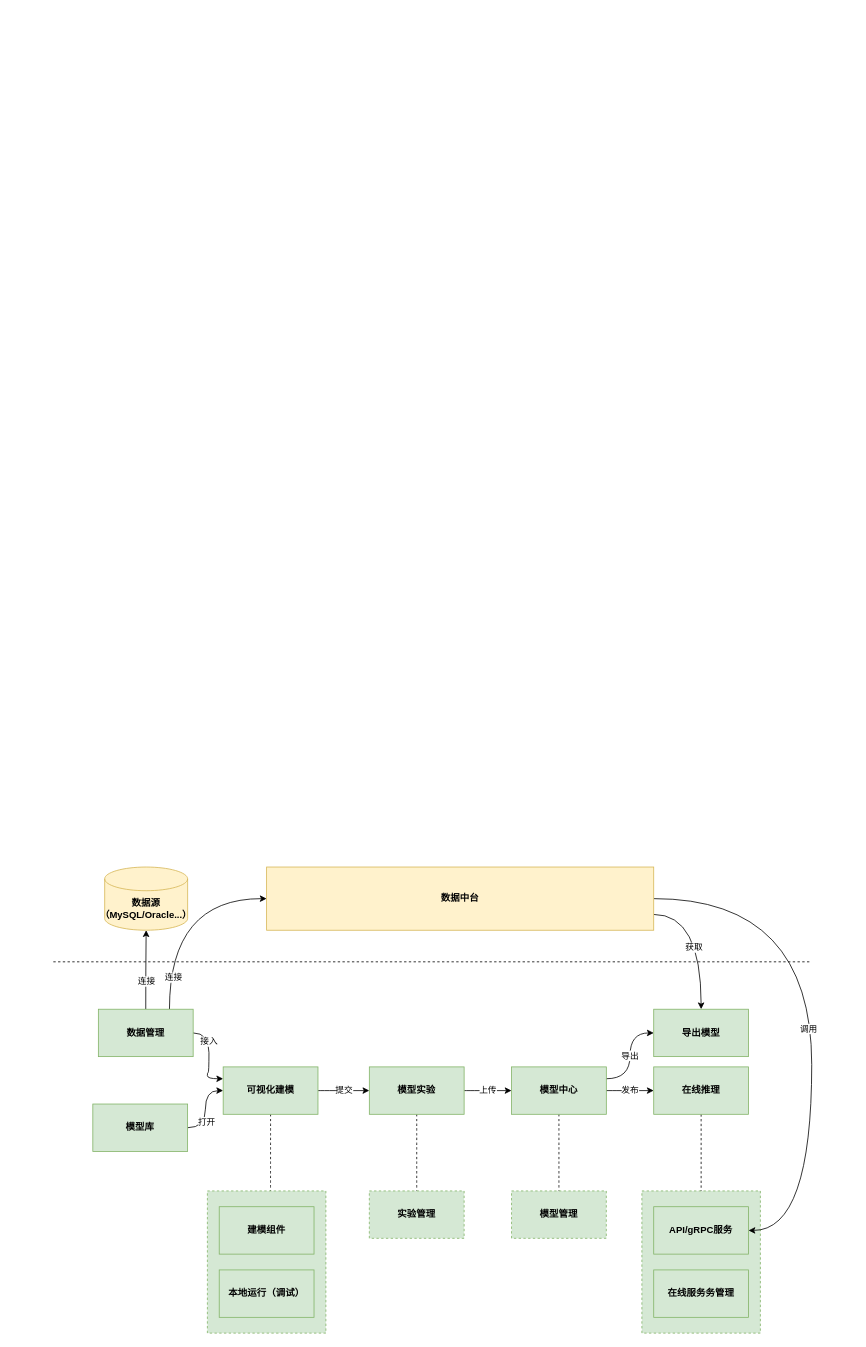
Earlier version of the draw.io diagram mlp2.drawio (Max-yuki/share). Source tidied: cells renumbered, new cells numbered last; positions are measured from the earlier drawing's top-left corner, leaving out a move shared by most shapes. Both pictures are drawn from the tidied source at 79%, with x=0, y=0 at pixel (53, 867).
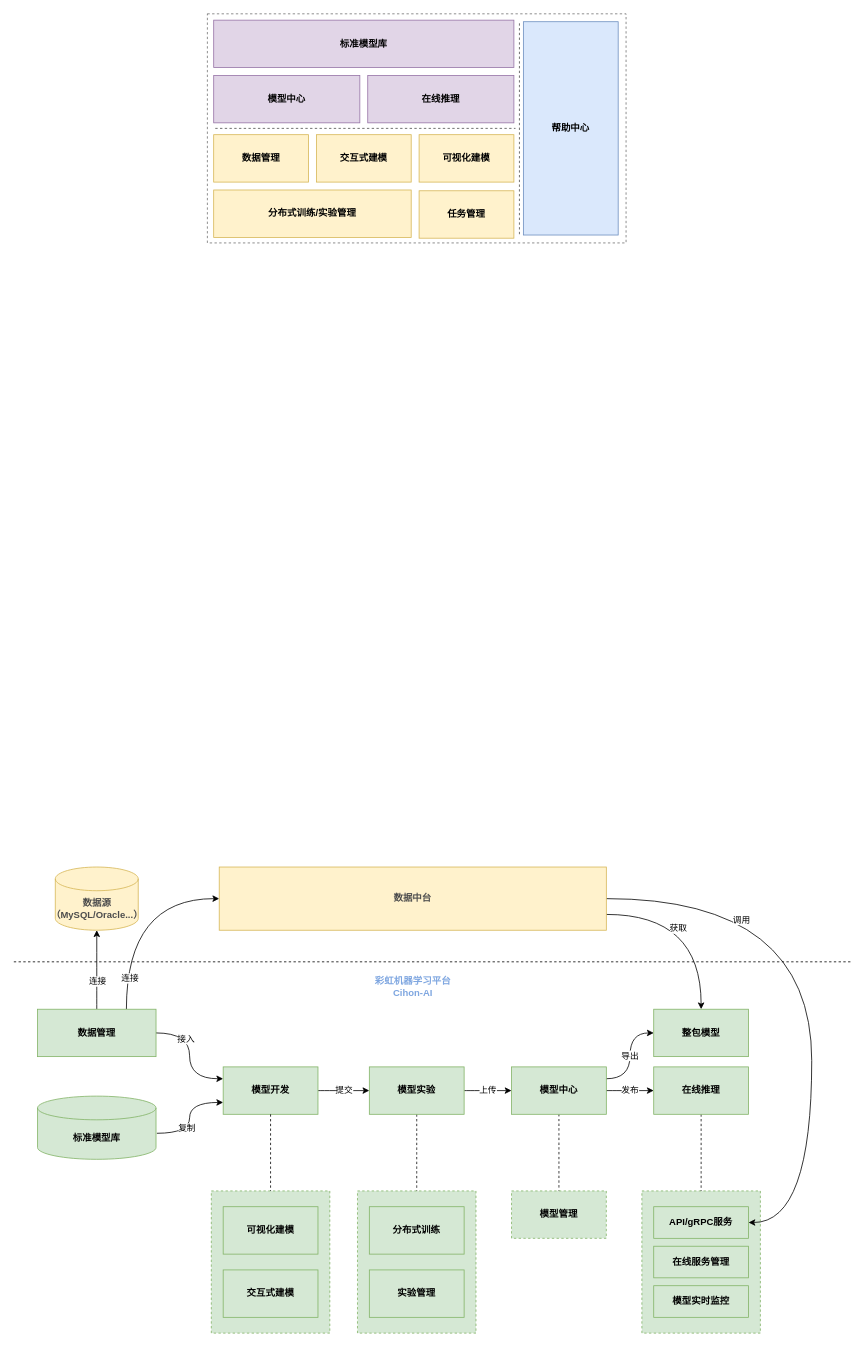
The same diagram, later.

Unchanged cells that the change refers to:
```xml
<mxCell id="6" style="edgeStyle=orthogonalEdgeStyle;rounded=0;jettySize=auto;html=1;exitX=1;exitY=0.5;exitDx=0;exitDy=0;entryX=0;entryY=0.25;entryDx=0;entryDy=0;curved=1;" parent="1" edge="1" source="12" target="15">
  <mxGeometry relative="1" as="geometry" />
</mxCell>
<mxCell id="18" value="模型实验" style="rounded=0;whiteSpace=wrap;html=1;fillColor=#d5e8d4;strokeColor=#82b366;fontStyle=1;" parent="1" vertex="1">
  <mxGeometry x="400" y="253" width="120" height="60" as="geometry" />
</mxCell>
```

Change to the diagram source:
```diff
@@
-    <mxCell id="3" style="edgeStyle=orthogonalEdgeStyle;curved=1;rounded=0;jettySize=auto;html=1;exitX=1;exitY=0.5;exitDx=0;exitDy=0;entryX=0;entryY=0.5;entryDx=0;entryDy=0;" parent="1" edge="1" source="5" target="15">
+    <mxCell id="3" style="edgeStyle=orthogonalEdgeStyle;curved=1;rounded=0;jettySize=auto;html=1;exitX=1.007;exitY=0.588;exitDx=0;exitDy=0;entryX=0;entryY=0.75;entryDx=0;entryDy=0;exitPerimeter=0;" parent="1" edge="1" source="54" target="15">
       <mxGeometry relative="1" as="geometry" />
     </mxCell>
-    <mxCell id="4" value="打开" style="edgeLabel;html=1;align=center;verticalAlign=middle;" parent="3" vertex="1">
+    <mxCell id="4" value="复制" style="edgeLabel;html=1;align=center;verticalAlign=middle;" parent="3" vertex="1">
       <mxGeometry x="-0.32" relative="1" as="geometry">
-        <mxPoint x="1" y="1" as="offset" />
+        <mxPoint x="-4" y="-6" as="offset" />
       </mxGeometry>
     </mxCell>
-    <mxCell id="5" value="模型库" style="rounded=0;whiteSpace=wrap;html=1;fillColor=#d5e8d4;strokeColor=#82b366;fontStyle=1;" parent="1" vertex="1">
-      <mxGeometry x="50" y="300" width="120" height="60" as="geometry" />
-    </mxCell>
@@
     <mxCell id="7" value="接入" style="edgeLabel;html=1;align=center;verticalAlign=middle;" parent="6" vertex="1">
-      <mxGeometry x="-0.4" y="-1" relative="1" as="geometry" />
+      <mxGeometry x="-0.4" y="-1" relative="1" as="geometry">
+        <mxPoint x="-4" y="7" as="offset" />
+      </mxGeometry>
     </mxCell>
@@
     <mxCell id="12" value="数据管理" style="rounded=0;whiteSpace=wrap;html=1;fillColor=#d5e8d4;strokeColor=#82b366;fontStyle=1;" parent="1" vertex="1">
-      <mxGeometry x="57" y="180" width="120" height="60" as="geometry" />
+      <mxGeometry x="-20" y="180" width="150" height="60" as="geometry" />
     </mxCell>
-    <mxCell id="13" style="edgeStyle=orthogonalEdgeStyle;curved=1;rounded=0;jettySize=auto;html=1;exitX=0.5;exitY=1;exitDx=0;exitDy=0;entryX=0.533;entryY=0;entryDx=0;entryDy=0;dashed=1;endArrow=none;endFill=0;entryPerimeter=0;" parent="1" edge="1" source="15" target="37">
-      <mxGeometry relative="1" as="geometry" />
-    </mxCell>
@@
-    <mxCell id="15" value="可视化建模" style="rounded=0;whiteSpace=wrap;html=1;fillColor=#d5e8d4;strokeColor=#82b366;fontStyle=1;" parent="1" vertex="1">
+    <mxCell id="15" value="模型开发" style="rounded=0;whiteSpace=wrap;html=1;fillColor=#d5e8d4;strokeColor=#82b366;fontStyle=1;" parent="1" vertex="1">
       <mxGeometry x="215" y="253" width="120" height="60" as="geometry" />
     </mxCell>
@@
-    <mxCell id="17" style="edgeStyle=orthogonalEdgeStyle;curved=1;rounded=0;jettySize=auto;html=1;exitX=0.5;exitY=1;exitDx=0;exitDy=0;entryX=0.5;entryY=0;entryDx=0;entryDy=0;dashed=1;endArrow=none;endFill=0;" parent="1" edge="1" source="18" target="31">
-      <mxGeometry relative="1" as="geometry" />
+    <mxCell id="17" style="edgeStyle=orthogonalEdgeStyle;curved=1;rounded=0;jettySize=auto;html=1;exitX=0.5;exitY=1;exitDx=0;exitDy=0;dashed=1;endArrow=none;endFill=0;" parent="1" edge="1" source="18">
+      <mxGeometry relative="1" as="geometry">
+        <mxPoint x="460" y="410" as="targetPoint" />
+      </mxGeometry>
     </mxCell>
@@
+    <mxCell id="27" style="edgeStyle=orthogonalEdgeStyle;curved=1;rounded=0;jettySize=auto;html=1;exitX=1;exitY=0.75;exitDx=0;exitDy=0;entryX=0.5;entryY=0;entryDx=0;entryDy=0;" parent="1" edge="1" source="29" target="36">
+      <mxGeometry relative="1" as="geometry" />
+    </mxCell>
+    <mxCell id="28" value="获取" style="edgeLabel;html=1;align=center;verticalAlign=middle;" parent="27" vertex="1">
+      <mxGeometry x="0.12" y="-10" relative="1" as="geometry">
+        <mxPoint x="-20" y="3" as="offset" />
+      </mxGeometry>
+    </mxCell>
     <mxCell id="25" style="edgeStyle=orthogonalEdgeStyle;curved=1;rounded=0;jettySize=auto;html=1;exitX=1;exitY=0.5;exitDx=0;exitDy=0;entryX=1;entryY=0.5;entryDx=0;entryDy=0;" parent="1" edge="1" source="29" target="33">
       <mxGeometry relative="1" as="geometry">
         <Array as="points">
           <mxPoint x="960" y="40" />
-          <mxPoint x="960" y="460" />
+          <mxPoint x="960" y="450" />
         </Array>
       </mxGeometry>
     </mxCell>
     <mxCell id="26" value="调用" style="edgeLabel;html=1;align=center;verticalAlign=middle;" parent="25" vertex="1">
-      <mxGeometry x="0.04" y="-5" relative="1" as="geometry" />
+      <mxGeometry x="-0.27" y="-47" relative="1" as="geometry">
+        <mxPoint x="-43" y="12" as="offset" />
+      </mxGeometry>
     </mxCell>
-    <mxCell id="27" style="edgeStyle=orthogonalEdgeStyle;curved=1;rounded=0;jettySize=auto;html=1;exitX=1;exitY=0.75;exitDx=0;exitDy=0;entryX=0.5;entryY=0;entryDx=0;entryDy=0;" parent="1" edge="1" source="29" target="36">
-      <mxGeometry relative="1" as="geometry" />
-    </mxCell>
-    <mxCell id="28" value="获取" style="edgeLabel;html=1;align=center;verticalAlign=middle;" parent="27" vertex="1">
-      <mxGeometry x="0.12" y="-10" relative="1" as="geometry" />
-    </mxCell>
-    <mxCell id="29" value="数据中台" style="rounded=0;whiteSpace=wrap;html=1;fillColor=#fff2cc;strokeColor=#d6b656;fontStyle=1;" parent="1" vertex="1">
-      <mxGeometry x="270" width="490" height="80" as="geometry" />
+    <mxCell id="29" value="数据中台" style="rounded=0;whiteSpace=wrap;html=1;fillColor=#fff2cc;strokeColor=#d6b656;fontStyle=1;fontColor=#4D4D4D;" parent="1" vertex="1">
+      <mxGeometry x="210" width="490" height="80" as="geometry" />
     </mxCell>
     <mxCell id="30" style="endArrow=none;dashed=1;html=1;rounded=0;" parent="1" edge="1">
       <mxGeometry relative="1" as="geometry">
-        <mxPoint y="120" as="sourcePoint" />
-        <mxPoint x="960" y="120" as="targetPoint" />
+        <mxPoint x="-50" y="120" as="sourcePoint" />
+        <mxPoint x="1010" y="120" as="targetPoint" />
       </mxGeometry>
     </mxCell>
-    <mxCell id="31" value="实验管理" style="rounded=0;whiteSpace=wrap;html=1;fillColor=#d5e8d4;strokeColor=#82b366;dashed=1;fontStyle=1;" parent="1" vertex="1">
-      <mxGeometry x="400" y="410" width="120" height="60" as="geometry" />
-    </mxCell>
@@
     <mxCell id="33" value="API/gRPC服务" style="rounded=0;whiteSpace=wrap;html=1;fillColor=#d5e8d4;strokeColor=#82b366;fontStyle=1;" parent="1" vertex="1">
-      <mxGeometry x="760" y="430" width="120" height="60" as="geometry" />
+      <mxGeometry x="760" y="430" width="120" height="40" as="geometry" />
     </mxCell>
-    <mxCell id="34" value="在线服务务管理" style="rounded=0;whiteSpace=wrap;html=1;fillColor=#d5e8d4;strokeColor=#82b366;fontStyle=1;" parent="1" vertex="1">
-      <mxGeometry x="760" y="510" width="120" height="60" as="geometry" />
+    <mxCell id="34" value="在线服务管理" style="rounded=0;whiteSpace=wrap;html=1;fillColor=#d5e8d4;strokeColor=#82b366;fontStyle=1;" parent="1" vertex="1">
+      <mxGeometry x="760" y="480" width="120" height="40" as="geometry" />
     </mxCell>
-    <mxCell id="35" value="数据源（MySQL/Oracle...）" style="shape=cylinder3;whiteSpace=wrap;html=1;boundedLbl=1;backgroundOutline=1;size=15;fillColor=#fff2cc;strokeColor=#d6b656;fontStyle=1;" parent="1" vertex="1">
-      <mxGeometry x="65" width="105" height="80" as="geometry" />
+    <mxCell id="35" value="数据源（MySQL/Oracle...）" style="shape=cylinder3;whiteSpace=wrap;html=1;boundedLbl=1;backgroundOutline=1;size=15;fillColor=#fff2cc;strokeColor=#d6b656;fontStyle=1;fontColor=#4D4D4D;" parent="1" vertex="1">
+      <mxGeometry x="2.5" width="105" height="80" as="geometry" />
     </mxCell>
-    <mxCell id="36" value="导出模型" style="rounded=0;whiteSpace=wrap;html=1;fillColor=#d5e8d4;strokeColor=#82b366;fontStyle=1;" parent="1" vertex="1">
+    <mxCell id="36" value="整包模型" style="rounded=0;whiteSpace=wrap;html=1;fillColor=#d5e8d4;strokeColor=#82b366;fontStyle=1;" parent="1" vertex="1">
       <mxGeometry x="760" y="180" width="120" height="60" as="geometry" />
     </mxCell>
-    <mxCell id="37" style="rounded=0;whiteSpace=wrap;html=1;dashed=1;fillColor=#d5e8d4;strokeColor=#82b366;" parent="1" vertex="1">
-      <mxGeometry x="195" y="410" width="150" height="180" as="geometry" />
-    </mxCell>
-    <mxCell id="38" value="本地运行（调试）" style="rounded=0;whiteSpace=wrap;html=1;fillColor=#d5e8d4;strokeColor=#82b366;fontStyle=1;" parent="1" vertex="1">
-      <mxGeometry x="210" y="510" width="120" height="60" as="geometry" />
-    </mxCell>
-    <mxCell id="39" value="建模组件" style="rounded=0;whiteSpace=wrap;html=1;fillColor=#d5e8d4;strokeColor=#82b366;fontStyle=1;" parent="1" vertex="1">
-      <mxGeometry x="210" y="430" width="120" height="60" as="geometry" />
-    </mxCell>
+    <mxCell id="40" style="rounded=0;whiteSpace=wrap;html=1;shadow=0;dashed=1;strokeColor=#4D4D4D;fontSize=12;fontColor=#999999;fillColor=none;opacity=80;" parent="1" vertex="1">
+      <mxGeometry x="195" y="-1080" width="530" height="290" as="geometry" />
+    </mxCell>
+    <mxCell id="41" value="数据管理" style="rounded=0;whiteSpace=wrap;html=1;fontStyle=1;fillColor=#fff2cc;strokeColor=#d6b656;" parent="1" vertex="1">
+      <mxGeometry x="203" y="-927" width="120" height="60" as="geometry" />
+    </mxCell>
+    <mxCell id="42" value="交互式建模" style="rounded=0;whiteSpace=wrap;html=1;fontStyle=1;fillColor=#fff2cc;strokeColor=#d6b656;" parent="1" vertex="1">
+      <mxGeometry x="333" y="-927" width="120" height="60" as="geometry" />
+    </mxCell>
+    <mxCell id="43" value="可视化建模" style="rounded=0;whiteSpace=wrap;html=1;fontStyle=1;fillColor=#fff2cc;strokeColor=#d6b656;" parent="1" vertex="1">
+      <mxGeometry x="463" y="-927" width="120" height="60" as="geometry" />
+    </mxCell>
+    <mxCell id="44" value="分布式训练/实验管理" style="rounded=0;whiteSpace=wrap;html=1;fontStyle=1;fillColor=#fff2cc;strokeColor=#d6b656;" parent="1" vertex="1">
+      <mxGeometry x="203" y="-857" width="250" height="60" as="geometry" />
+    </mxCell>
+    <mxCell id="45" value="模型中心" style="rounded=0;whiteSpace=wrap;html=1;fontStyle=1;fillColor=#e1d5e7;strokeColor=#9673a6;" parent="1" vertex="1">
+      <mxGeometry x="203" y="-1002" width="185" height="60" as="geometry" />
+    </mxCell>
+    <mxCell id="46" value="标准模型库" style="rounded=0;whiteSpace=wrap;html=1;fontStyle=1;fillColor=#e1d5e7;strokeColor=#9673a6;" parent="1" vertex="1">
+      <mxGeometry x="203" y="-1072" width="380" height="60" as="geometry" />
+    </mxCell>
+    <mxCell id="47" value="在线推理" style="rounded=0;whiteSpace=wrap;html=1;fontStyle=1;fillColor=#e1d5e7;strokeColor=#9673a6;" parent="1" vertex="1">
+      <mxGeometry x="398" y="-1002" width="185" height="60" as="geometry" />
+    </mxCell>
+    <mxCell id="48" value="帮助中心" style="rounded=0;whiteSpace=wrap;html=1;fontStyle=1;fillColor=#dae8fc;strokeColor=#6c8ebf;" parent="1" vertex="1">
+      <mxGeometry x="595" y="-1070" width="120" height="270" as="geometry" />
+    </mxCell>
+    <mxCell id="49" style="endArrow=none;dashed=1;html=1;rounded=0;strokeColor=#4D4D4D;" parent="1" edge="1">
+      <mxGeometry relative="1" as="geometry">
+        <mxPoint x="205" y="-935" as="sourcePoint" />
+        <mxPoint x="585" y="-935" as="targetPoint" />
+      </mxGeometry>
+    </mxCell>
+    <mxCell id="50" style="endArrow=none;dashed=1;html=1;rounded=0;strokeColor=#4D4D4D;" parent="1" edge="1">
+      <mxGeometry relative="1" as="geometry">
+        <mxPoint x="590" y="-801" as="sourcePoint" />
+        <mxPoint x="590" y="-1071" as="targetPoint" />
+      </mxGeometry>
+    </mxCell>
+    <mxCell id="51" value="任务管理" style="rounded=0;whiteSpace=wrap;html=1;fontStyle=1;fillColor=#fff2cc;strokeColor=#d6b656;" parent="1" vertex="1">
+      <mxGeometry x="463" y="-856" width="120" height="60" as="geometry" />
+    </mxCell>
+    <mxCell id="52" style="rounded=0;whiteSpace=wrap;html=1;dashed=1;fillColor=#d5e8d4;strokeColor=#82b366;" parent="1" vertex="1">
+      <mxGeometry x="385" y="410" width="150" height="180" as="geometry" />
+    </mxCell>
+    <mxCell id="53" value="分布式训练" style="rounded=0;whiteSpace=wrap;html=1;fillColor=#d5e8d4;strokeColor=#82b366;fontStyle=1;" parent="1" vertex="1">
+      <mxGeometry x="400" y="430" width="120" height="60" as="geometry" />
+    </mxCell>
+    <mxCell id="31" value="实验管理" style="rounded=0;whiteSpace=wrap;html=1;fillColor=#d5e8d4;strokeColor=#82b366;fontStyle=1;" parent="1" vertex="1">
+      <mxGeometry x="400" y="510" width="120" height="60" as="geometry" />
+    </mxCell>
+    <mxCell id="54" value="标准模型库" style="shape=cylinder3;whiteSpace=wrap;html=1;boundedLbl=1;backgroundOutline=1;size=15;fillColor=#d5e8d4;strokeColor=#82b366;fontStyle=1;" parent="1" vertex="1">
+      <mxGeometry x="-20" y="290" width="150" height="80" as="geometry" />
+    </mxCell>
+    <mxCell id="55" style="rounded=0;whiteSpace=wrap;html=1;dashed=1;fillColor=#d5e8d4;strokeColor=#82b366;" parent="1" vertex="1">
+      <mxGeometry x="200" y="410" width="150" height="180" as="geometry" />
+    </mxCell>
+    <mxCell id="56" value="可视化建模" style="rounded=0;whiteSpace=wrap;html=1;fillColor=#d5e8d4;strokeColor=#82b366;fontStyle=1;" parent="1" vertex="1">
+      <mxGeometry x="215" y="430" width="120" height="60" as="geometry" />
+    </mxCell>
+    <mxCell id="57" value="交互式建模" style="rounded=0;whiteSpace=wrap;html=1;fillColor=#d5e8d4;strokeColor=#82b366;fontStyle=1;" parent="1" vertex="1">
+      <mxGeometry x="215" y="510" width="120" height="60" as="geometry" />
+    </mxCell>
+    <mxCell id="58" style="edgeStyle=orthogonalEdgeStyle;rounded=0;jettySize=auto;html=1;exitX=0.5;exitY=1;exitDx=0;exitDy=0;dashed=1;endArrow=none;endFill=0;entryX=0.5;entryY=0;entryDx=0;entryDy=0;" parent="1" edge="1" source="15" target="55">
+      <mxGeometry relative="1" as="geometry" />
+    </mxCell>
+    <mxCell id="59" value="模型实时监控" style="rounded=0;whiteSpace=wrap;html=1;fillColor=#d5e8d4;strokeColor=#82b366;fontStyle=1;" parent="1" vertex="1">
+      <mxGeometry x="760" y="530" width="120" height="40" as="geometry" />
+    </mxCell>
+    <mxCell id="60" value="彩虹机器学习平台&lt;br&gt;Cihon-AI" style="text;html=1;strokeColor=none;fillColor=none;align=center;verticalAlign=middle;whiteSpace=wrap;rounded=0;fontStyle=1;fontColor=#7EA6E0;" parent="1" vertex="1">
+      <mxGeometry x="392.5" y="137" width="125" height="30" as="geometry" />
+    </mxCell>
```
